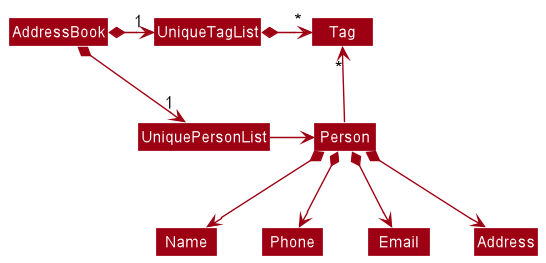
Before: docs/images/BetterModelClassDiagram.png, a diagram exported from PlantUML (nus-cs2103-AY2223S1/tp).
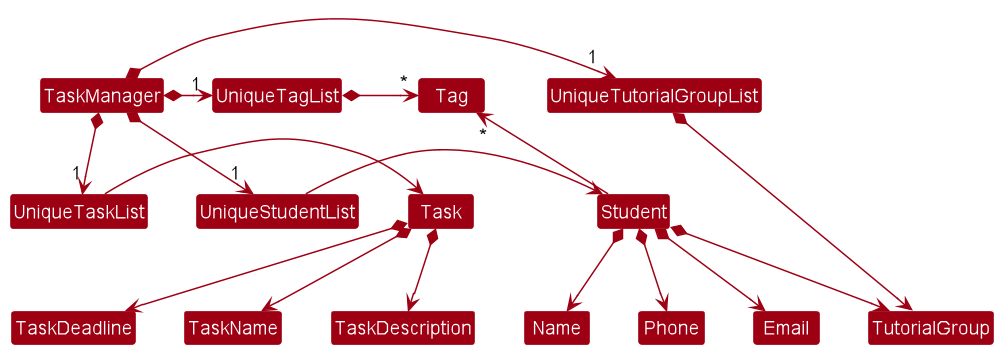
The same file after the commit.

The edit, as a diff of the source:
```diff
@@ -1,21 +1,33 @@
 @startuml
+scale 1.35
 !include style.puml
 skinparam arrowThickness 1.1
 skinparam arrowColor MODEL_COLOR
 skinparam classBackgroundColor MODEL_COLOR
 
-AddressBook *-right-> "1" UniquePersonList
-AddressBook *-right-> "1" UniqueTagList
-UniqueTagList -[hidden]down- UniquePersonList
-UniqueTagList -[hidden]down- UniquePersonList
+TaskManager *-right-> "1" UniqueTutorialGroupList
+TaskManager *-right-> "1" UniqueStudentList
+TaskManager *-right-> "1" UniqueTagList
+TaskManager *-right-> "1" UniqueTaskList
+
+UniqueTagList -[hidden]down- UniqueStudentList
+UniqueTagList -[hidden]down- UniqueStudentList
+UniqueTagList -[hidden]down- UniqueTaskList
 
 UniqueTagList *-right-> "*" Tag
-UniquePersonList -right-> Person
+UniqueStudentList -right-> Student
+UniqueTaskList -right-> Task
 
-Person -up-> "*" Tag
+Student -up-> "*" Tag
 
-Person *--> Name
-Person *--> Phone
-Person *--> Email
-Person *--> Address
+Student *--> Name
+Student *--> Phone
+Student *--> Email
+Student *--> TutorialGroup
+UniqueTutorialGroupList *--> TutorialGroup
+
+Task *--> TaskName
+Task *--> TaskDescription
+Task *--> TaskDeadline
+
 @enduml
```
